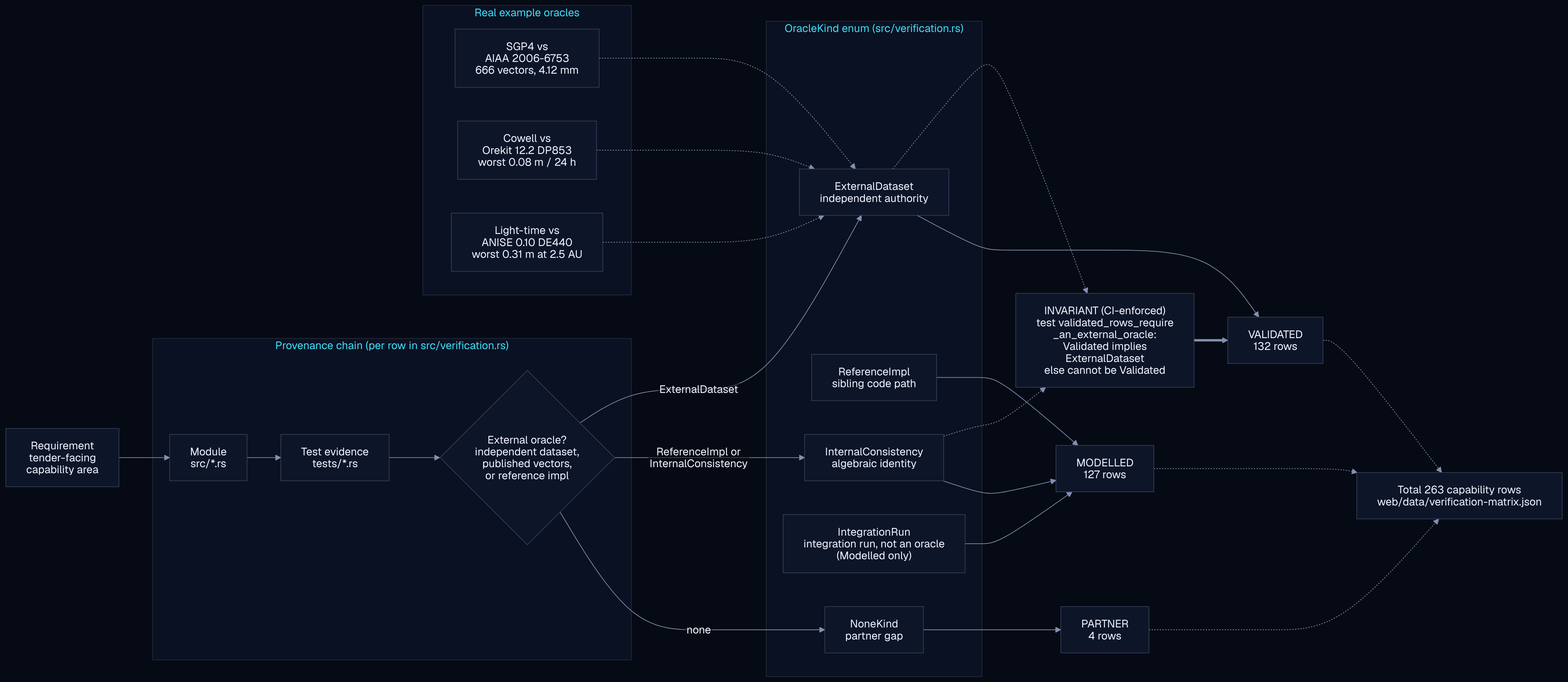
This is docs/assets/diagrams/validation-provenance.png from ashfordeOU/kshana, a Mermaid export, as it was before one commit. Its source is kept beside it as docs/diagrams/validation-provenance.mmd.
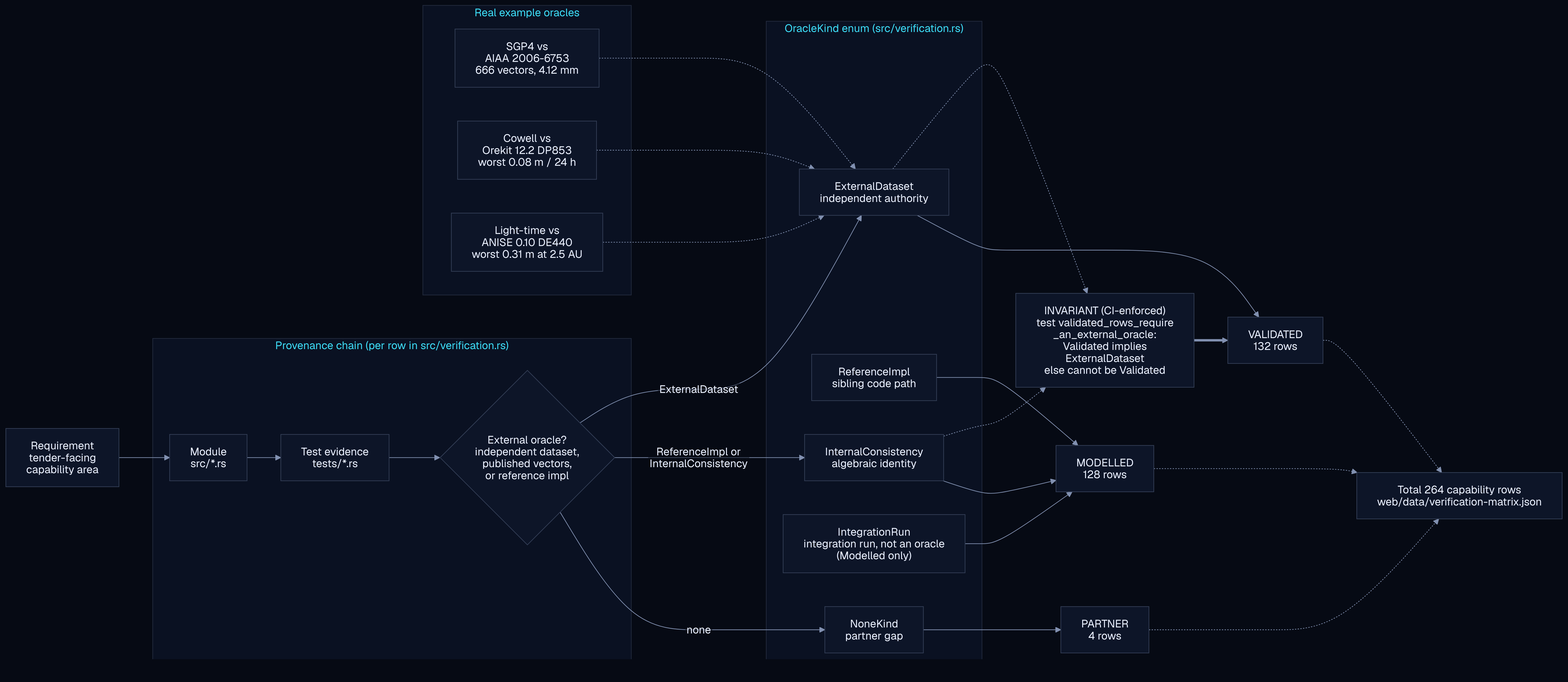
The same diagram one commit later.

The edit, as a diff of the source:
```diff
@@ -28,7 +28,7 @@
     INT -.-> GUARD
 
     EXT --> VAL["VALIDATED<br/>132 rows"]
-    REF --> MDL["MODELLED<br/>127 rows"]
+    REF --> MDL["MODELLED<br/>128 rows"]
     INT --> MDL
     IRN --> MDL
     NON --> PRT["PARTNER<br/>4 rows"]
@@ -45,7 +45,7 @@
     E2 -.-> EXT
     E3 -.-> EXT
 
-    TOTAL["Total 263 capability rows<br/>web/data/verification-matrix.json"]
+    TOTAL["Total 264 capability rows<br/>web/data/verification-matrix.json"]
     VAL -.-> TOTAL
     MDL -.-> TOTAL
     PRT -.-> TOTAL
```
